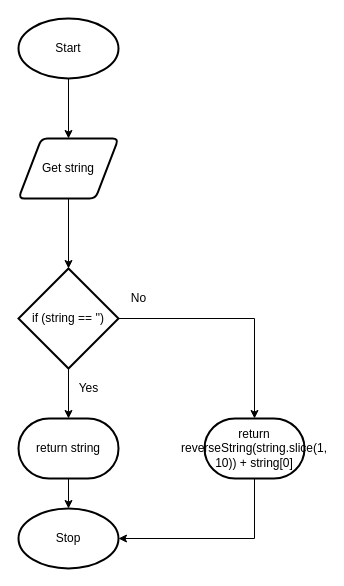
This is design/string.drawio from Huzaifa-Khalid-2/ics4u-unit3-01-typescript, a draw.io file, before an edit. Source tidied: cells renumbered, new cells numbered last; positions are measured from the earlier drawing's top-left corner, leaving out a move shared by most shapes. Both pictures are drawn from the tidied source at 100%, with x=0, y=0 at pixel (18, 18).
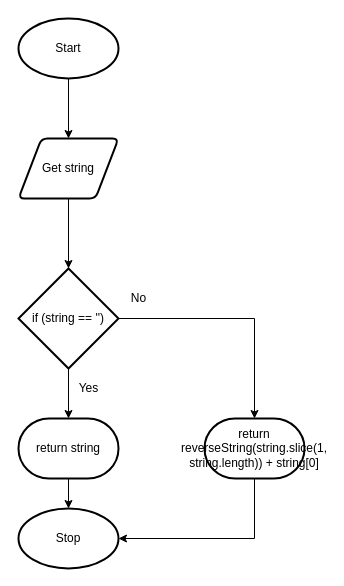
Above is the later version.

What changed in the source:
```diff
@@
 <mxGraphModel>
   <root>
     <mxCell id="0" />
     <mxCell id="1" parent="0" />
     <mxCell id="2" style="edgeStyle=orthogonalEdgeStyle;rounded=0;html=1;entryX=0.5;entryY=0;entryDx=0;entryDy=0;" parent="1" edge="1" source="3" target="5">
       <mxGeometry relative="1" as="geometry" />
     </mxCell>
     <mxCell id="3" value="Start" style="strokeWidth=2;html=1;shape=mxgraph.flowchart.start_1;whiteSpace=wrap;" parent="1" vertex="1">
       <mxGeometry width="100" height="60" as="geometry" />
     </mxCell>
     <mxCell id="4" style="edgeStyle=orthogonalEdgeStyle;rounded=0;html=1;" parent="1" edge="1" source="5" target="8">
       <mxGeometry relative="1" as="geometry" />
     </mxCell>
     <mxCell id="5" value="Get string" style="shape=parallelogram;html=1;strokeWidth=2;perimeter=parallelogramPerimeter;whiteSpace=wrap;rounded=1;arcSize=12;size=0.23;" parent="1" vertex="1">
       <mxGeometry y="120" width="100" height="60" as="geometry" />
     </mxCell>
     <mxCell id="6" style="edgeStyle=orthogonalEdgeStyle;html=1;exitX=0.5;exitY=1;exitDx=0;exitDy=0;exitPerimeter=0;entryX=0.5;entryY=0;entryDx=0;entryDy=0;entryPerimeter=0;rounded=0;" parent="1" edge="1" source="8" target="10">
       <mxGeometry relative="1" as="geometry" />
     </mxCell>
     <mxCell id="7" style="edgeStyle=orthogonalEdgeStyle;rounded=0;html=1;entryX=0.5;entryY=0;entryDx=0;entryDy=0;entryPerimeter=0;" parent="1" edge="1" source="8" target="12">
       <mxGeometry relative="1" as="geometry" />
     </mxCell>
     <mxCell id="8" value="if (string == '')" style="strokeWidth=2;html=1;shape=mxgraph.flowchart.decision;whiteSpace=wrap;" parent="1" vertex="1">
       <mxGeometry y="250" width="100" height="100" as="geometry" />
     </mxCell>
     <mxCell id="9" style="edgeStyle=none;html=1;entryX=0.5;entryY=0;entryDx=0;entryDy=0;entryPerimeter=0;" parent="1" edge="1" source="10" target="13">
       <mxGeometry relative="1" as="geometry" />
     </mxCell>
     <mxCell id="10" value="return string" style="strokeWidth=2;html=1;shape=mxgraph.flowchart.terminator;whiteSpace=wrap;" parent="1" vertex="1">
       <mxGeometry y="400" width="100" height="60" as="geometry" />
     </mxCell>
     <mxCell id="11" style="edgeStyle=elbowEdgeStyle;html=1;entryX=1;entryY=0.5;entryDx=0;entryDy=0;entryPerimeter=0;exitX=0.5;exitY=1;exitDx=0;exitDy=0;exitPerimeter=0;rounded=0;" parent="1" edge="1" source="12" target="13">
       <mxGeometry relative="1" as="geometry">
         <Array as="points">
           <mxPoint x="236" y="500" />
         </Array>
       </mxGeometry>
     </mxCell>
-    <mxCell id="12" value="return reverseString(string.slice(1, 10)) + string[0]" style="strokeWidth=2;html=1;shape=mxgraph.flowchart.terminator;whiteSpace=wrap;" parent="1" vertex="1">
+    <mxCell id="12" value="return reverseString(string.slice(1, string.length)) + string[0]" style="strokeWidth=2;html=1;shape=mxgraph.flowchart.terminator;whiteSpace=wrap;" parent="1" vertex="1">
       <mxGeometry x="186" y="400" width="100" height="60" as="geometry" />
     </mxCell>
     <mxCell id="13" value="Stop" style="strokeWidth=2;html=1;shape=mxgraph.flowchart.start_1;whiteSpace=wrap;" parent="1" vertex="1">
       <mxGeometry y="490" width="100" height="60" as="geometry" />
     </mxCell>
     <mxCell id="14" value="Yes" style="text;html=1;align=center;verticalAlign=middle;strokeColor=none;fillColor=none;" parent="1" vertex="1">
       <mxGeometry x="50" y="360" width="40" height="20" as="geometry" />
     </mxCell>
     <mxCell id="15" value="No" style="text;html=1;align=center;verticalAlign=middle;strokeColor=none;fillColor=none;" parent="1" vertex="1">
       <mxGeometry x="105" y="270" width="30" height="20" as="geometry" />
     </mxCell>
   </root>
 </mxGraphModel>
```
